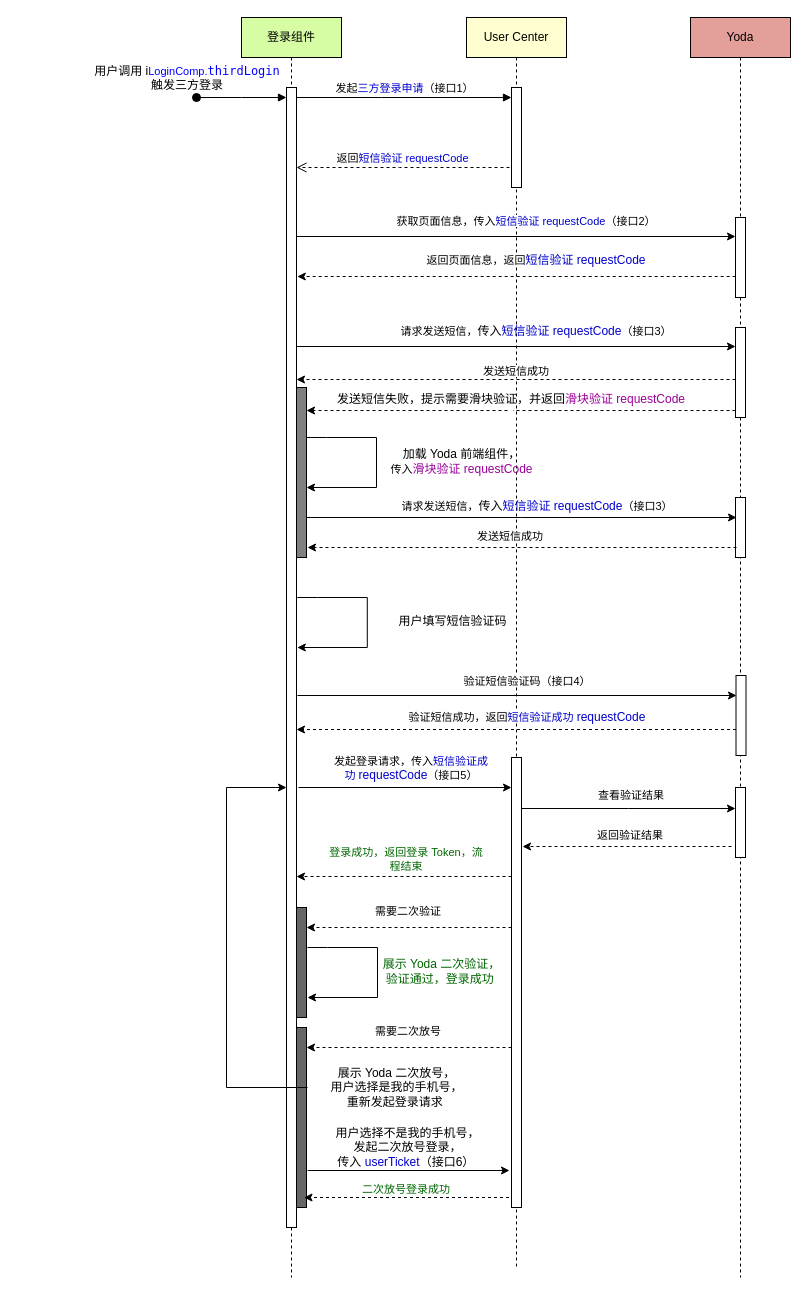
zhengjiaqi/draw keeps this draw.io diagram as src/account-third.drawio. Above is the earlier version. Source tidied: cells renumbered, new cells numbered last; positions are measured from the earlier drawing's top-left corner, leaving out a move shared by most shapes. Both pictures are drawn from the tidied source at 100%, with x=0, y=0 at pixel (16, 17).
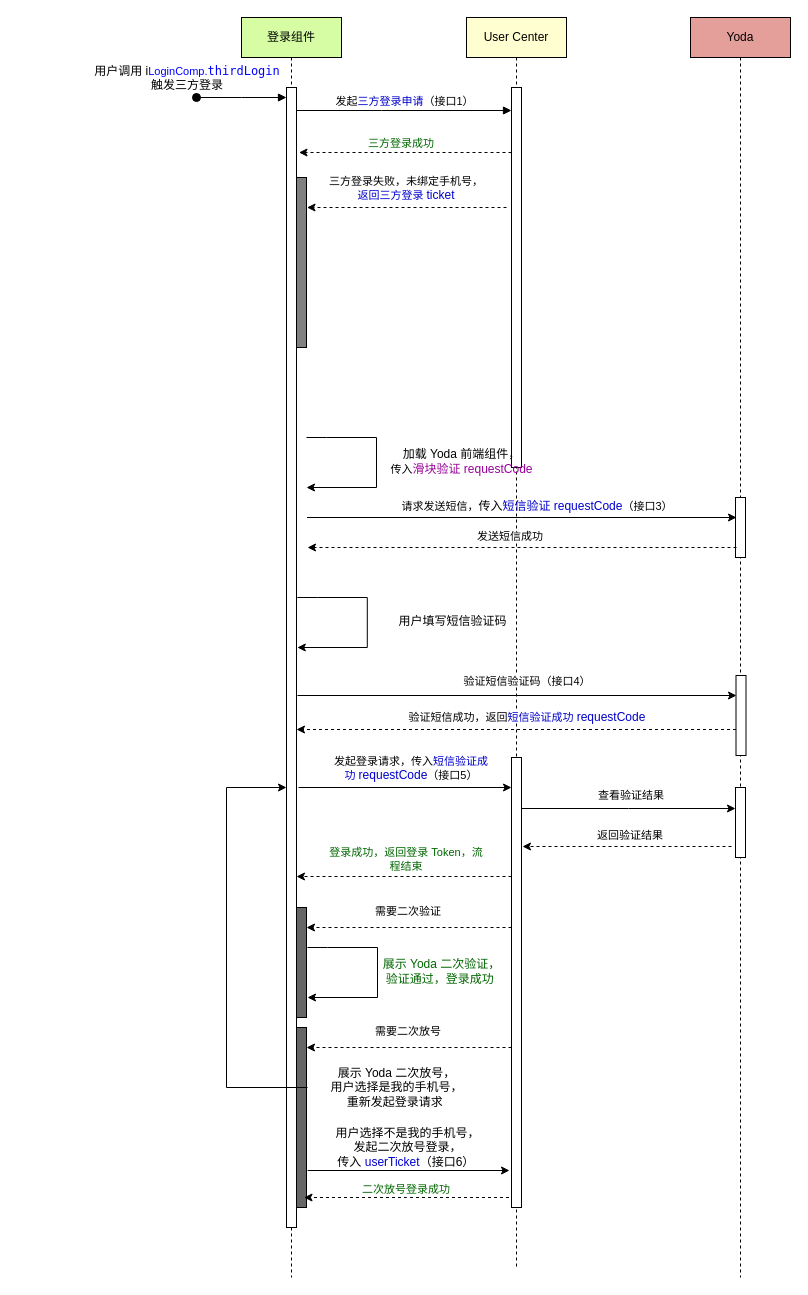
Above is the later version.

The change refers to these unchanged cells:
```xml
<mxCell id="2" value="登录组件" style="shape=umlLifeline;perimeter=lifelinePerimeter;whiteSpace=wrap;html=1;newEdgeStyle={&quot;edgeStyle&quot;:&quot;elbowEdgeStyle&quot;,&quot;elbow&quot;:&quot;vertical&quot;,&quot;curved&quot;:0,&quot;rounded&quot;:0};fillColor=#D6FDA4;" parent="1" vertex="1">
  <mxGeometry x="225" width="100" height="1260" as="geometry" />
</mxCell>
<mxCell id="3" style="html=1;points=[];perimeter=orthogonalPerimeter;outlineConnect=0;targetShapes=umlLifeline;portConstraint=eastwest;newEdgeStyle={&quot;edgeStyle&quot;:&quot;elbowEdgeStyle&quot;,&quot;elbow&quot;:&quot;vertical&quot;,&quot;curved&quot;:0,&quot;rounded&quot;:0};" parent="2" vertex="1">
  <mxGeometry x="45" y="70" width="10" height="1140" as="geometry" />
</mxCell>
<mxCell id="8" value="User Center" style="shape=umlLifeline;perimeter=lifelinePerimeter;whiteSpace=wrap;html=1;newEdgeStyle={&quot;edgeStyle&quot;:&quot;elbowEdgeStyle&quot;,&quot;elbow&quot;:&quot;vertical&quot;,&quot;curved&quot;:0,&quot;rounded&quot;:0};fillColor=#FFFED1;" parent="1" vertex="1">
  <mxGeometry x="450" width="100" height="1250" as="geometry" />
</mxCell>
<mxCell id="12" value="Yoda" style="shape=umlLifeline;perimeter=lifelinePerimeter;whiteSpace=wrap;html=1;newEdgeStyle={&quot;edgeStyle&quot;:&quot;elbowEdgeStyle&quot;,&quot;elbow&quot;:&quot;vertical&quot;,&quot;curved&quot;:0,&quot;rounded&quot;:0};fillColor=#E49F9A;" parent="1" vertex="1">
  <mxGeometry x="674" width="100" height="1260" as="geometry" />
</mxCell>
```

What changed in the source:
```diff
@@
     <mxCell id="6" style="html=1;perimeter=orthogonalPerimeter;targetShapes=umlLifeline;newEdgeStyle={&quot;edgeStyle&quot;:&quot;elbowEdgeStyle&quot;,&quot;elbow&quot;:&quot;vertical&quot;,&quot;curved&quot;:0,&quot;rounded&quot;:0};fillColor=#808080;" parent="2" vertex="1">
-      <mxGeometry x="55" y="370" width="10" height="170" as="geometry" />
+      <mxGeometry x="55" y="160" width="10" height="170" as="geometry" />
     </mxCell>
@@
     <mxCell id="9" style="html=1;points=[];perimeter=orthogonalPerimeter;outlineConnect=0;targetShapes=umlLifeline;portConstraint=eastwest;newEdgeStyle={&quot;edgeStyle&quot;:&quot;elbowEdgeStyle&quot;,&quot;elbow&quot;:&quot;vertical&quot;,&quot;curved&quot;:0,&quot;rounded&quot;:0};" parent="8" vertex="1">
-      <mxGeometry x="45" y="70" width="10" height="100" as="geometry" />
+      <mxGeometry x="45" y="70" width="10" height="380" as="geometry" />
     </mxCell>
@@
-    <mxCell id="11" value="发起&lt;font color=&quot;#0000cc&quot;&gt;三方登录申请&lt;/font&gt;（接口1）" style="html=1;verticalAlign=bottom;endArrow=block;edgeStyle=elbowEdgeStyle;elbow=horizontal;curved=0;rounded=0;" parent="1" edge="1" source="3" target="9">
+    <mxCell id="11" value="发起&lt;font color=&quot;#0000cc&quot;&gt;三方登录申请&lt;/font&gt;（接口1）" style="html=1;verticalAlign=bottom;endArrow=block;edgeStyle=elbowEdgeStyle;elbow=horizontal;curved=0;rounded=0;" parent="1" edge="1">
       <mxGeometry relative="1" as="geometry">
+        <mxPoint x="280" y="93" as="sourcePoint" />
+        <mxPoint x="495" y="93" as="targetPoint" />
         <Array as="points">
-          <mxPoint x="365" y="80" />
+          <mxPoint x="365" y="93" />
         </Array>
       </mxGeometry>
     </mxCell>
@@
-    <mxCell id="13" style="html=1;perimeter=orthogonalPerimeter;targetShapes=umlLifeline;newEdgeStyle={&quot;edgeStyle&quot;:&quot;elbowEdgeStyle&quot;,&quot;elbow&quot;:&quot;vertical&quot;,&quot;curved&quot;:0,&quot;rounded&quot;:0};" parent="12" vertex="1">
-      <mxGeometry x="45" y="200" width="10" height="80" as="geometry" />
-    </mxCell>
-    <mxCell id="14" style="html=1;perimeter=orthogonalPerimeter;targetShapes=umlLifeline;newEdgeStyle={&quot;edgeStyle&quot;:&quot;elbowEdgeStyle&quot;,&quot;elbow&quot;:&quot;vertical&quot;,&quot;curved&quot;:0,&quot;rounded&quot;:0};" parent="12" vertex="1">
-      <mxGeometry x="45" y="310" width="10" height="90" as="geometry" />
-    </mxCell>
@@
-    <mxCell id="18" value="返回&lt;font color=&quot;#0000cc&quot;&gt;短信验证&amp;nbsp;requestCode&lt;/font&gt;" style="html=1;verticalAlign=bottom;endArrow=open;dashed=1;endSize=8;edgeStyle=elbowEdgeStyle;elbow=horizontal;curved=0;rounded=0;" parent="1" edge="1">
-      <mxGeometry relative="1" as="geometry">
-        <mxPoint x="493" y="150" as="sourcePoint" />
-        <mxPoint x="280" y="150" as="targetPoint" />
-        <Array as="points">
-          <mxPoint x="383" y="150" />
-        </Array>
-      </mxGeometry>
-    </mxCell>
-    <mxCell id="19" value="&lt;span style=&quot;color: rgb(0, 0, 0); font-family: Helvetica; font-size: 11px; font-style: normal; font-variant-ligatures: normal; font-variant-caps: normal; font-weight: 400; letter-spacing: normal; orphans: 2; text-indent: 0px; text-transform: none; widows: 2; word-spacing: 0px; -webkit-text-stroke-width: 0px; background-color: rgb(255, 255, 255); text-decoration-thickness: initial; text-decoration-style: initial; text-decoration-color: initial; float: none; display: inline !important;&quot;&gt;获取页面信息，传入&lt;font style=&quot;border-color: var(--border-color);&quot; color=&quot;#0000cc&quot;&gt;短信验证&amp;nbsp;requestCode&lt;/font&gt;&lt;/span&gt;&lt;span style=&quot;color: rgb(0, 0, 0); font-family: Helvetica; font-size: 11px; font-style: normal; font-variant-ligatures: normal; font-variant-caps: normal; font-weight: 400; letter-spacing: normal; orphans: 2; text-indent: 0px; text-transform: none; widows: 2; word-spacing: 0px; -webkit-text-stroke-width: 0px; background-color: rgb(255, 255, 255); text-decoration-thickness: initial; text-decoration-style: initial; text-decoration-color: initial; float: none; display: inline !important;&quot;&gt;（接口2）&lt;/span&gt;" style="text;whiteSpace=wrap;html=1;align=center;" parent="1" vertex="1">
-      <mxGeometry x="340" y="190" width="340" height="20" as="geometry" />
-    </mxCell>
-    <mxCell id="20" style="edgeStyle=elbowEdgeStyle;rounded=0;orthogonalLoop=1;jettySize=auto;html=1;elbow=vertical;curved=0;entryX=0;entryY=0.167;entryDx=0;entryDy=0;entryPerimeter=0;" parent="1" edge="1">
-      <mxGeometry relative="1" as="geometry">
-        <mxPoint x="280" y="219" as="sourcePoint" />
-        <mxPoint x="719" y="219.4" as="targetPoint" />
-      </mxGeometry>
-    </mxCell>
-    <mxCell id="21" style="edgeStyle=elbowEdgeStyle;rounded=0;orthogonalLoop=1;jettySize=auto;html=1;elbow=vertical;curved=0;dashed=1;" parent="1" edge="1">
-      <mxGeometry relative="1" as="geometry">
-        <mxPoint x="719.2" y="259" as="sourcePoint" />
-        <mxPoint x="280.8" y="259" as="targetPoint" />
-      </mxGeometry>
-    </mxCell>
-    <mxCell id="22" value="&lt;span style=&quot;color: rgb(0, 0, 0); font-family: Helvetica; font-size: 11px; font-style: normal; font-variant-ligatures: normal; font-variant-caps: normal; font-weight: 400; letter-spacing: normal; orphans: 2; text-indent: 0px; text-transform: none; widows: 2; word-spacing: 0px; -webkit-text-stroke-width: 0px; background-color: rgb(255, 255, 255); text-decoration-thickness: initial; text-decoration-style: initial; text-decoration-color: initial; float: none; display: inline !important;&quot;&gt;返回页面信息，返回&lt;/span&gt;&lt;font color=&quot;#0000cc&quot;&gt;短信验证&amp;nbsp;requestCode&lt;/font&gt;" style="text;whiteSpace=wrap;html=1;align=center;" parent="1" vertex="1">
-      <mxGeometry x="350" y="229" width="340" height="20" as="geometry" />
-    </mxCell>
-    <mxCell id="23" style="edgeStyle=elbowEdgeStyle;rounded=0;orthogonalLoop=1;jettySize=auto;html=1;elbow=vertical;curved=0;" parent="1" edge="1">
-      <mxGeometry relative="1" as="geometry">
-        <mxPoint x="280" y="329" as="sourcePoint" />
-        <mxPoint x="719" y="329" as="targetPoint" />
-      </mxGeometry>
-    </mxCell>
-    <mxCell id="24" value="&lt;span style=&quot;color: rgb(0, 0, 0); font-family: Helvetica; font-size: 11px; font-style: normal; font-variant-ligatures: normal; font-variant-caps: normal; font-weight: 400; letter-spacing: normal; orphans: 2; text-indent: 0px; text-transform: none; widows: 2; word-spacing: 0px; -webkit-text-stroke-width: 0px; background-color: rgb(255, 255, 255); text-decoration-thickness: initial; text-decoration-style: initial; text-decoration-color: initial; float: none; display: inline !important;&quot;&gt;请求发送短信，&lt;/span&gt;传入&lt;font style=&quot;border-color: var(--border-color);&quot; color=&quot;#0000cc&quot;&gt;短信验证&amp;nbsp;requestCode&lt;/font&gt;&lt;span style=&quot;border-color: var(--border-color); font-size: 11px; background-color: rgb(255, 255, 255);&quot;&gt;（接口3）&lt;/span&gt;" style="text;whiteSpace=wrap;html=1;align=center;" parent="1" vertex="1">
-      <mxGeometry x="350" y="300" width="340" height="20" as="geometry" />
-    </mxCell>
-    <mxCell id="25" style="edgeStyle=elbowEdgeStyle;rounded=0;orthogonalLoop=1;jettySize=auto;html=1;elbow=vertical;curved=0;dashed=1;" parent="1" edge="1">
-      <mxGeometry relative="1" as="geometry">
-        <mxPoint x="719" y="362" as="sourcePoint" />
-        <mxPoint x="280" y="362" as="targetPoint" />
-      </mxGeometry>
-    </mxCell>
-    <mxCell id="26" value="&lt;span style=&quot;font-size: 11px; background-color: rgb(255, 255, 255);&quot;&gt;发送短信成功&lt;/span&gt;" style="text;whiteSpace=wrap;html=1;align=center;" parent="1" vertex="1">
-      <mxGeometry x="330" y="340" width="340" height="20" as="geometry" />
-    </mxCell>
-    <mxCell id="27" style="edgeStyle=elbowEdgeStyle;rounded=0;orthogonalLoop=1;jettySize=auto;html=1;elbow=vertical;curved=0;dashed=1;" parent="1" edge="1">
-      <mxGeometry relative="1" as="geometry">
-        <mxPoint x="719" y="393" as="sourcePoint" />
-        <mxPoint x="290" y="393" as="targetPoint" />
-      </mxGeometry>
-    </mxCell>
-    <mxCell id="28" value="发送短信失败，提示需要滑块验证，并返回&lt;font color=&quot;#990099&quot;&gt;滑块验证&amp;nbsp;requestCode&lt;/font&gt;&lt;span style=&quot;font-size: 11px; background-color: rgb(255, 255, 255);&quot;&gt;&lt;br&gt;&amp;nbsp;&lt;/span&gt;" style="text;whiteSpace=wrap;html=1;align=center;" parent="1" vertex="1">
-      <mxGeometry x="310" y="368" width="370" height="20" as="geometry" />
-    </mxCell>
@@
+    <mxCell id="62" style="edgeStyle=elbowEdgeStyle;rounded=0;orthogonalLoop=1;jettySize=auto;html=1;elbow=vertical;curved=0;dashed=1;" parent="1" edge="1">
+      <mxGeometry relative="1" as="geometry">
+        <mxPoint x="495" y="135" as="sourcePoint" />
+        <mxPoint x="282.5" y="135" as="targetPoint" />
+      </mxGeometry>
+    </mxCell>
+    <mxCell id="63" value="&lt;span style=&quot;font-size: 11px; background-color: rgb(255, 255, 255);&quot;&gt;&lt;font color=&quot;#006600&quot;&gt;三方登录成功&lt;/font&gt;&lt;/span&gt;" style="text;whiteSpace=wrap;html=1;align=center;" parent="1" vertex="1">
+      <mxGeometry x="287" y="112" width="196" height="20" as="geometry" />
+    </mxCell>
+    <mxCell id="64" value="&lt;span style=&quot;font-size: 11px; background-color: rgb(255, 255, 255);&quot;&gt;三方登录失败，未绑定手机号，&lt;br&gt;&lt;font color=&quot;#0000cc&quot;&gt;返回三方登录&amp;nbsp;&lt;/font&gt;&lt;/span&gt;&lt;font color=&quot;#0000cc&quot;&gt;ticket&lt;/font&gt;" style="text;whiteSpace=wrap;html=1;align=center;" parent="1" vertex="1">
+      <mxGeometry x="292" y="150" width="196" height="20" as="geometry" />
+    </mxCell>
+    <mxCell id="65" style="edgeStyle=elbowEdgeStyle;rounded=0;orthogonalLoop=1;jettySize=auto;html=1;elbow=vertical;curved=0;dashed=1;" parent="1" edge="1">
+      <mxGeometry relative="1" as="geometry">
+        <mxPoint x="490" y="190" as="sourcePoint" />
+        <mxPoint x="290.5" y="190" as="targetPoint" />
+      </mxGeometry>
+    </mxCell>
```
